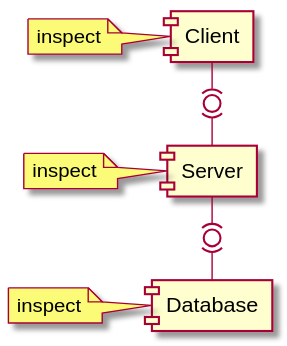
This is out/classmodelling/program/debug2.svg from UNEsestudio/cosc220-sync-lectures, a PlantUML export, as it was before one commit. The source it was exported from:
```plantuml
@startuml debug2
component Client
note left: inspect
component Server
note left: inspect
component Database
note left: inspect

Client -(0)- Server
Server -(0)- Database
@enduml
```
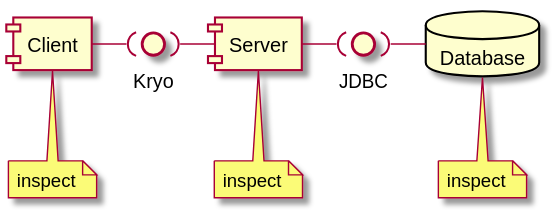
The same diagram one commit later.

Diff of the diagram source:
```diff
@@ -1,11 +1,17 @@
 @startuml debug2
 component Client
-note left: inspect
+note bottom: inspect
+interface Kryo
+
 component Server
-note left: inspect
-component Database
-note left: inspect
+note bottom: inspect
+interface JDBC
 
-Client -(0)- Server
-Server -(0)- Database
+database Database
+note bottom: inspect
+
+Client -( Kryo
+Kryo )- Server
+Server -( JDBC
+JDBC )- Database
 @enduml
```
